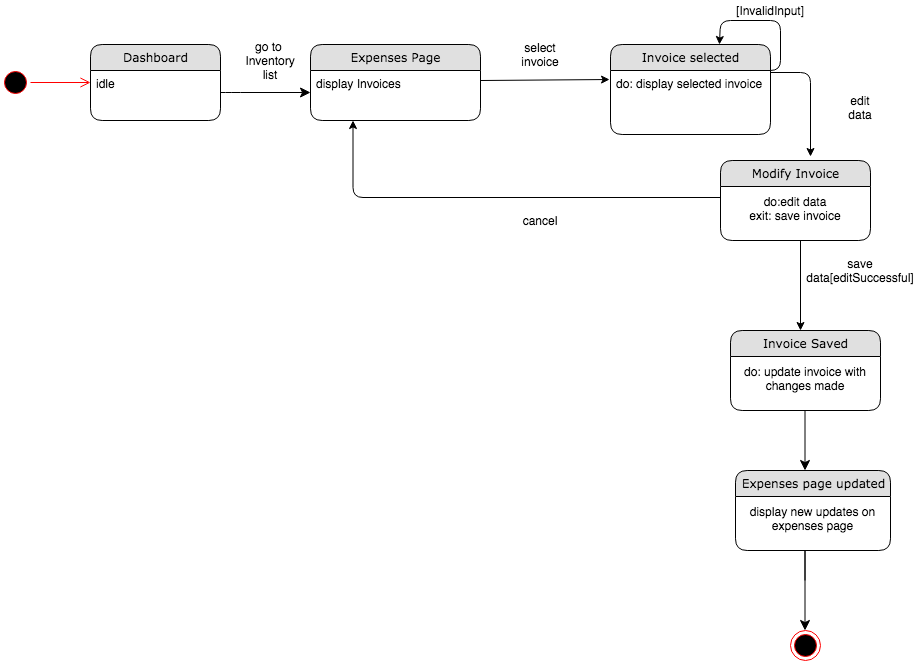
Before: Diagrams/State Chart Diagrams/ST_19 MODIFY INVOICE.png, a diagram exported from draw.io (kkasharaj17/SE-project). Source tidied: cells renumbered, new cells last; positions are measured from the earlier drawing's top-left corner, leaving out a move shared by most shapes.
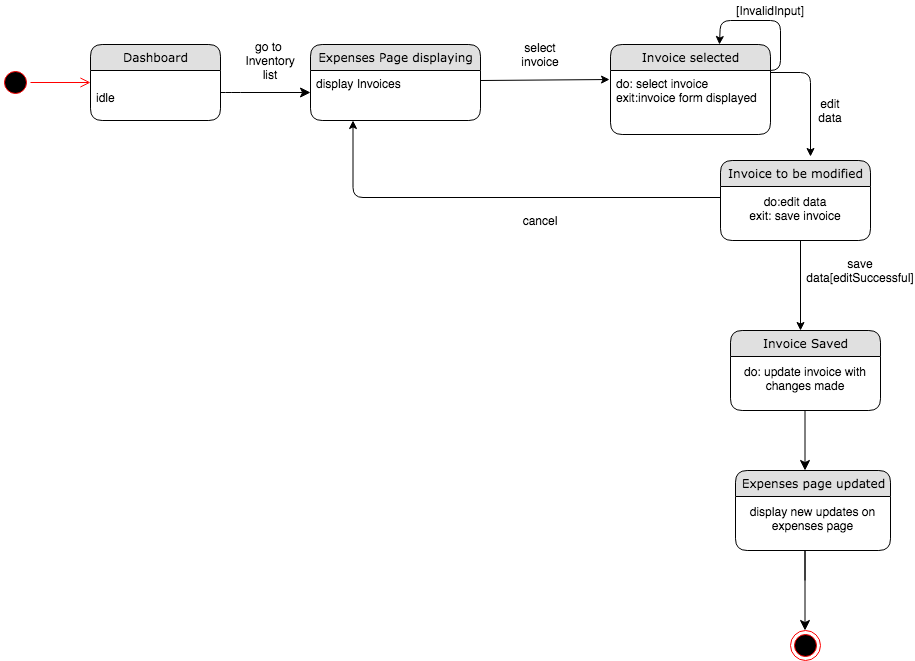
After the change.

The edit, as a diff of the source:
```diff
@@ -44,10 +44,10 @@
     <mxCell id="10" value="Dashboard" style="swimlane;html=1;fontStyle=0;horizontal=1;startSize=26;fillColor=#e0e0e0;swimlaneFillColor=#ffffff;align=center;rounded=1;shadow=0;comic=0;labelBackgroundColor=none;strokeWidth=1;fontFamily=Verdana;fontSize=12;" parent="1" vertex="1">
       <mxGeometry x="90" y="44" width="130" height="76" as="geometry" />
     </mxCell>
-    <mxCell id="11" value="idle" style="text;html=1;strokeColor=none;fillColor=none;spacingLeft=4;spacingRight=4;whiteSpace=wrap;overflow=hidden;" parent="10" vertex="1">
-      <mxGeometry y="26" width="130" height="22" as="geometry" />
+    <mxCell id="11" value="&lt;br&gt;idle" style="text;html=1;strokeColor=none;fillColor=none;spacingLeft=4;spacingRight=4;whiteSpace=wrap;overflow=hidden;" parent="10" vertex="1">
+      <mxGeometry y="26" width="130" height="44" as="geometry" />
     </mxCell>
-    <mxCell id="12" value="Expenses Page" style="swimlane;html=1;fontStyle=0;horizontal=1;startSize=26;fillColor=#e0e0e0;swimlaneFillColor=#ffffff;align=center;rounded=1;shadow=0;comic=0;labelBackgroundColor=none;strokeWidth=1;fontFamily=Verdana;fontSize=12;" parent="1" vertex="1">
+    <mxCell id="12" value="Expenses Page displaying" style="swimlane;html=1;fontStyle=0;horizontal=1;startSize=26;fillColor=#e0e0e0;swimlaneFillColor=#ffffff;align=center;rounded=1;shadow=0;comic=0;labelBackgroundColor=none;strokeWidth=1;fontFamily=Verdana;fontSize=12;" parent="1" vertex="1">
       <mxGeometry x="310" y="44" width="170" height="76" as="geometry" />
     </mxCell>
     <mxCell id="13" value="display Invoices" style="text;html=1;strokeColor=none;fillColor=none;spacingLeft=4;spacingRight=4;whiteSpace=wrap;overflow=hidden;points=[[0,0.5],[1,0.5]];portConstraint=eastwest;" parent="12" vertex="1">
@@ -56,7 +56,7 @@
     <mxCell id="14" value="Invoice selected" style="swimlane;html=1;fontStyle=0;horizontal=1;startSize=26;fillColor=#e0e0e0;swimlaneFillColor=#ffffff;align=center;rounded=1;shadow=0;comic=0;labelBackgroundColor=none;strokeWidth=1;fontFamily=Verdana;fontSize=12;" parent="1" vertex="1">
       <mxGeometry x="610" y="44" width="160" height="90" as="geometry" />
     </mxCell>
-    <mxCell id="15" value="do: display selected invoice" style="text;html=1;strokeColor=none;fillColor=none;spacingLeft=4;spacingRight=4;whiteSpace=wrap;overflow=hidden;points=[[0,0.5],[1,0.5]];portConstraint=eastwest;" parent="14" vertex="1">
+    <mxCell id="15" value="do: select invoice&lt;br&gt;exit:invoice form displayed" style="text;html=1;strokeColor=none;fillColor=none;spacingLeft=4;spacingRight=4;whiteSpace=wrap;overflow=hidden;points=[[0,0.5],[1,0.5]];portConstraint=eastwest;" parent="14" vertex="1">
       <mxGeometry y="26" width="160" height="64" as="geometry" />
     </mxCell>
     <mxCell id="16" style="ellipse;html=1;shape=endState;fillColor=#000000;strokeColor=#ff0000;" parent="1" vertex="1">
@@ -82,7 +82,7 @@
       </mxGeometry>
     </mxCell>
     <mxCell id="19" value="edit data" style="text;html=1;strokeColor=none;fillColor=none;align=center;verticalAlign=middle;whiteSpace=wrap;rounded=0;" parent="1" vertex="1">
-      <mxGeometry x="840" y="97" width="40" height="20" as="geometry" />
+      <mxGeometry x="810" y="100" width="40" height="20" as="geometry" />
     </mxCell>
     <mxCell id="20" style="endArrow=classic;html=1;" parent="1" edge="1">
       <mxGeometry relative="1" as="geometry">
@@ -99,7 +99,7 @@
         </Array>
       </mxGeometry>
     </mxCell>
-    <mxCell id="22" value="Modify Invoice" style="swimlane;html=1;fontStyle=0;horizontal=1;startSize=26;fillColor=#e0e0e0;swimlaneFillColor=#ffffff;align=center;rounded=1;shadow=0;comic=0;labelBackgroundColor=none;strokeWidth=1;fontFamily=Verdana;fontSize=12;" parent="1" vertex="1">
+    <mxCell id="22" value="Invoice to be modified" style="swimlane;html=1;fontStyle=0;horizontal=1;startSize=26;fillColor=#e0e0e0;swimlaneFillColor=#ffffff;align=center;rounded=1;shadow=0;comic=0;labelBackgroundColor=none;strokeWidth=1;fontFamily=Verdana;fontSize=12;" parent="1" vertex="1">
       <mxGeometry x="720" y="160" width="150" height="80" as="geometry" />
     </mxCell>
     <mxCell id="23" value="do:edit data&lt;br&gt;exit: save invoice" style="text;html=1;strokeColor=none;fillColor=none;align=center;verticalAlign=middle;whiteSpace=wrap;rounded=0;" parent="22" vertex="1">
```
